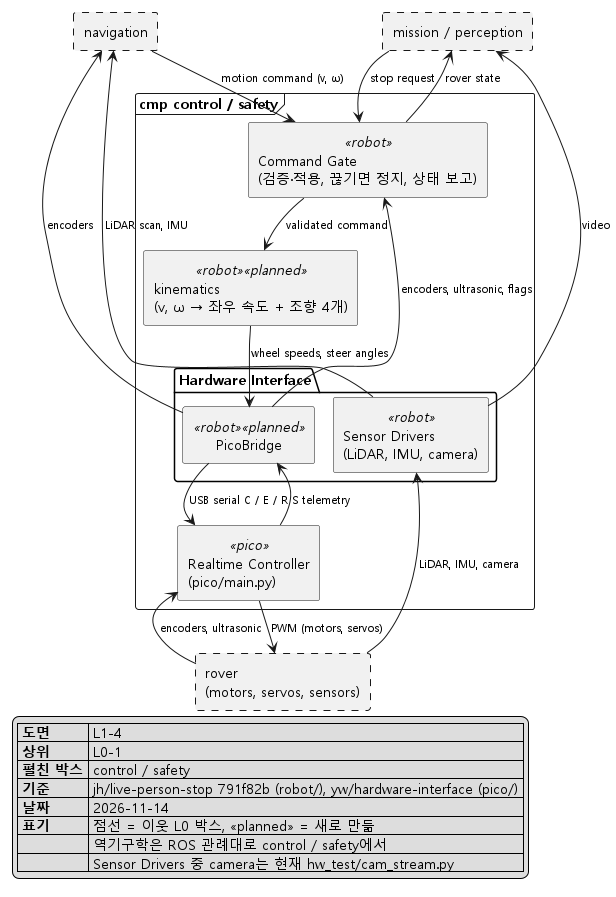
Above: docs/architecture/png/L1-4_control_safety.png in Ruysong/autonomous-rescue-rover (PlantUML), before the change.
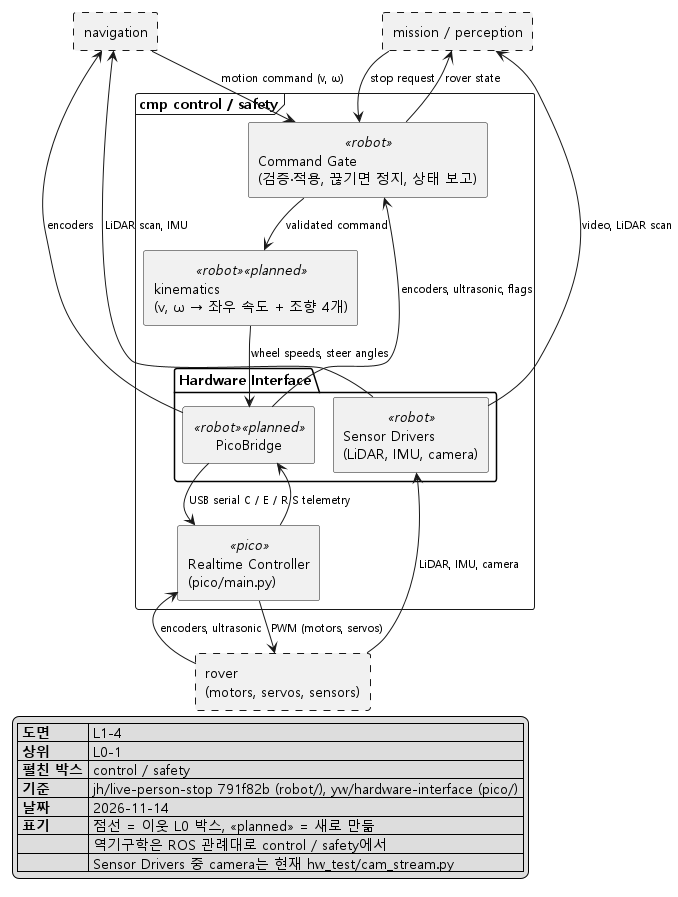
After the change.

Commit message:
docs: add LiDAR person candidate tracker to perception

The edit, as a diff of the source:
```diff
@@ -36,7 +36,7 @@
 GATE -up-> MISSION : rover state
 DRIVERS -up-> NAV : LiDAR scan, IMU
 BRIDGE -up-> NAV : encoders
-DRIVERS -up-> MISSION : video
+DRIVERS -up-> MISSION : video, LiDAR scan
 
 legend bottom right
   |= 도면 | L1-4 |
```
